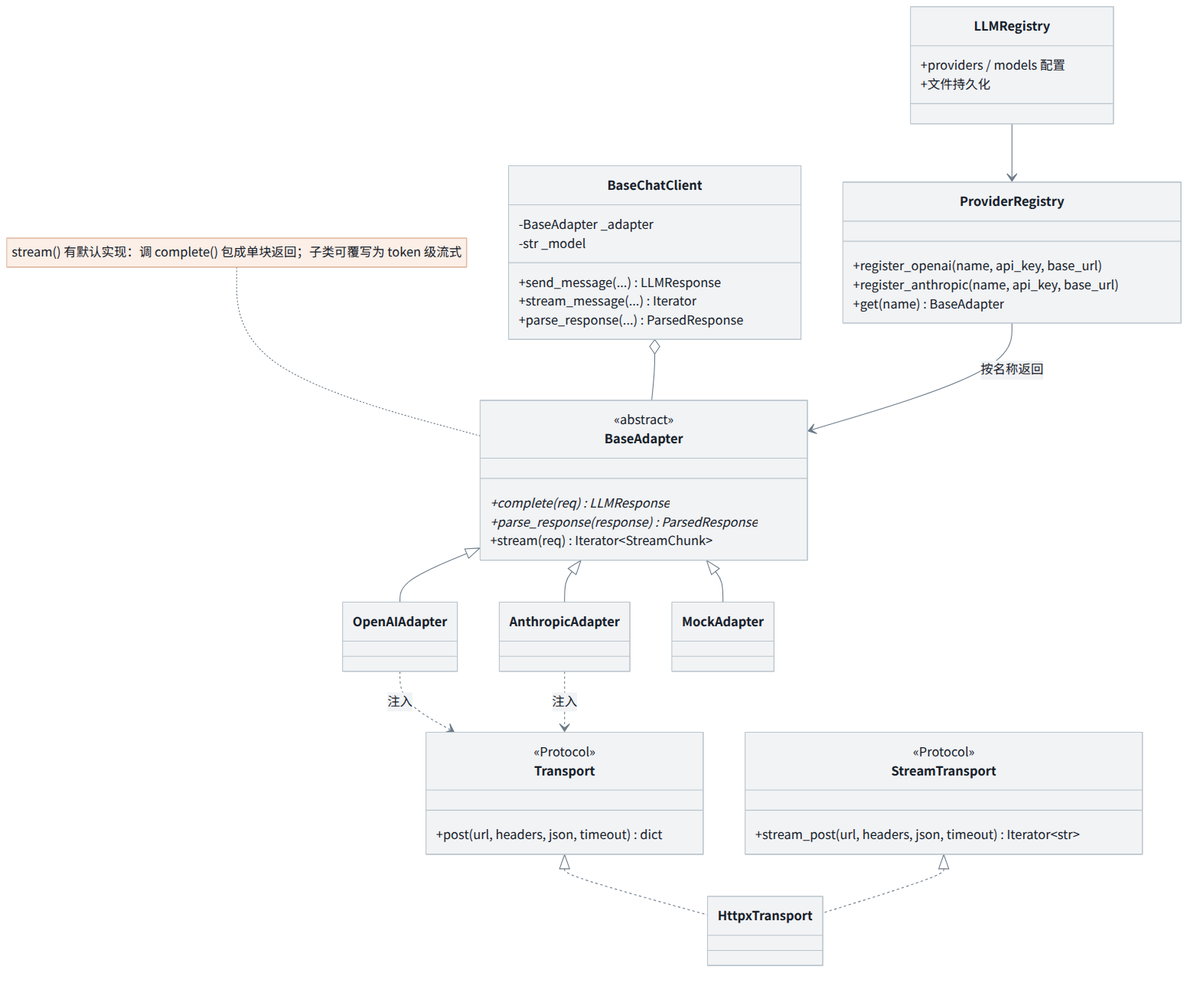
The Mermaid diagram diagrams/4_class_llm.png in XingLiyin/miniAgentsDemo, before a commit. Its source is kept beside it as diagrams/4_class_llm.mmd.
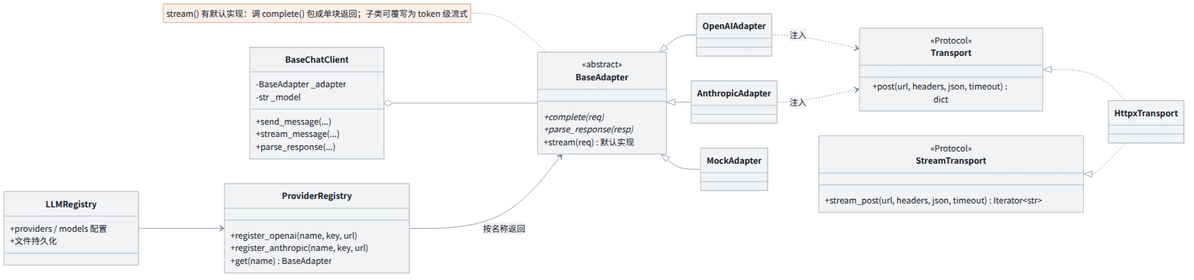
After the change.

Change to the diagram source:
```diff
@@ -1,5 +1,5 @@
 classDiagram
-    direction TB
+    direction LR
 
     class Transport {
         <<Protocol>>
@@ -13,9 +13,9 @@
 
     class BaseAdapter {
         <<abstract>>
-        +complete(req) LLMResponse*
-        +parse_response(response) ParsedResponse*
-        +stream(req) Iterator~StreamChunk~
+        +complete(req)*
+        +parse_response(resp)*
+        +stream(req) 默认实现
     }
     class OpenAIAdapter
     class AnthropicAdapter
@@ -24,14 +24,14 @@
     class BaseChatClient {
         -BaseAdapter _adapter
         -str _model
-        +send_message(...) LLMResponse
-        +stream_message(...) Iterator
-        +parse_response(...) ParsedResponse
+        +send_message(...)
+        +stream_message(...)
+        +parse_response(...)
     }
 
     class ProviderRegistry {
-        +register_openai(name, api_key, base_url)
-        +register_anthropic(name, api_key, base_url)
+        +register_openai(name, key, url)
+        +register_anthropic(name, key, url)
         +get(name) BaseAdapter
     }
     class LLMRegistry {
```
